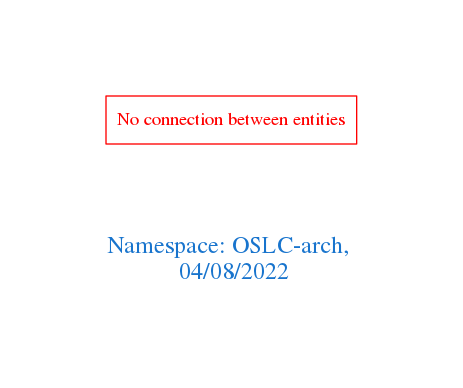
Earlier version of the Graphviz export downloads/OSLC-arch.png (arago/OGIT). Its source is kept beside it as downloads/OSLC-arch.dot.
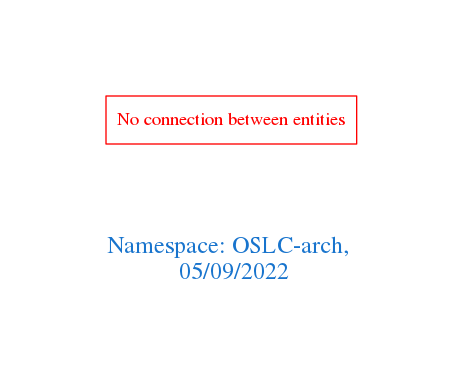
The same diagram one commit later.

Change to the diagram source:
```diff
@@ -1,7 +1,7 @@
 digraph OGIT_ontology {
  graph [ rankdir= LR,pad=1
 fontsize = 18,
-fontcolor= dodgerblue3,label = "\n\n\nNamespace: OSLC-arch, \n 04/08/2022"];
+fontcolor= dodgerblue3,label = "\n\n\nNamespace: OSLC-arch, \n 05/09/2022"];
 node[shape=polygon];
 edge [  color="gray81"];
 
```
